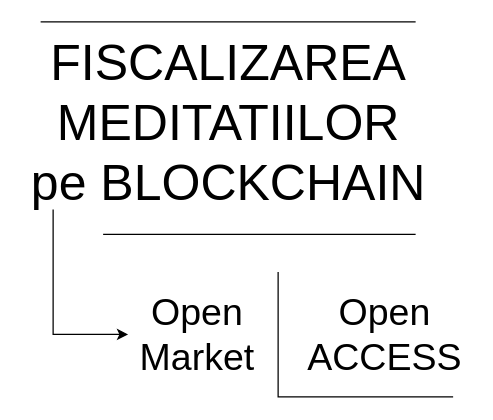
Before: 8B365B2E-88AF-4871-A21D-57AADC7A3F63_1_201_a.drawio in sheeperoni/Diagrams, a draw.io diagram. Source tidied: cells renumbered, new cells numbered last; positions are measured from the earlier drawing's top-left corner, leaving out a move shared by most shapes. Both pictures are drawn from the tidied source at 125%, with x=0, y=0 at pixel (21, 21).
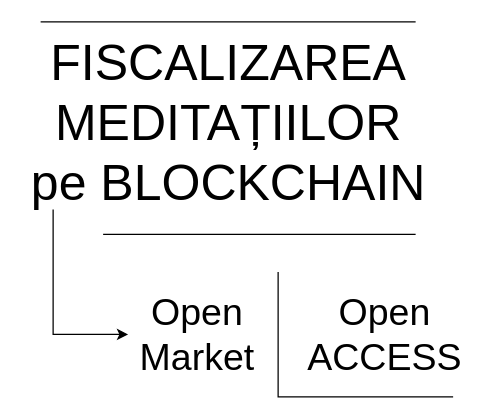
The same page after the edit.

Change to the diagram source:
```diff
@@
 <mxGraphModel>
   <root>
     <mxCell id="0" />
     <mxCell id="1" parent="0" />
-    <mxCell id="2" value="&lt;span style=&quot;font-size: 40px&quot;&gt;FISCALIZAREA&lt;br&gt;MEDITATIILOR&lt;br&gt;pe BLOCKCHAIN&lt;br&gt;&lt;/span&gt;" style="text;html=1;align=center;verticalAlign=middle;strokeColor=none;fillColor=none;" parent="1" vertex="1">
+    <mxCell id="2" value="&lt;span style=&quot;font-size: 40px&quot;&gt;FISCALIZAREA&lt;br&gt;MEDITAȚIILOR&lt;br&gt;pe BLOCKCHAIN&lt;br&gt;&lt;/span&gt;" style="text;html=1;align=center;verticalAlign=middle;strokeColor=none;fillColor=none;" parent="1" vertex="1">
       <mxGeometry y="40" width="330" height="80" as="geometry" />
     </mxCell>
     <mxCell id="3" value="Open&lt;br&gt;Market" style="text;html=1;align=center;verticalAlign=middle;points=[];strokeColor=none;fillColor=none;fontSize=30;" parent="1" vertex="1">
       <mxGeometry x="85" y="210" width="110" height="80" as="geometry" />
     </mxCell>
     <mxCell id="4" value="Open&lt;br&gt;ACCESS" style="text;html=1;align=center;verticalAlign=middle;strokeColor=none;fillColor=none;fontSize=30;" parent="1" vertex="1">
       <mxGeometry x="220" y="210" width="140" height="80" as="geometry" />
     </mxCell>
     <mxCell id="5" style="endArrow=none;html=1;rounded=0;fontSize=30;" parent="1" edge="1">
       <mxGeometry relative="1" as="geometry">
         <mxPoint x="65" y="170" as="sourcePoint" />
         <mxPoint x="315" y="170" as="targetPoint" />
       </mxGeometry>
     </mxCell>
     <mxCell id="6" style="endArrow=none;html=1;rounded=0;fontSize=30;" parent="1" edge="1">
       <mxGeometry relative="1" as="geometry">
         <mxPoint x="15" as="sourcePoint" />
         <mxPoint x="315" as="targetPoint" />
       </mxGeometry>
     </mxCell>
     <mxCell id="7" style="endArrow=none;html=1;rounded=0;fontSize=30;" parent="1" edge="1">
       <mxGeometry relative="1" as="geometry">
         <mxPoint x="345" y="300" as="sourcePoint" />
         <mxPoint x="205" y="200" as="targetPoint" />
         <Array as="points">
           <mxPoint x="205" y="300" />
         </Array>
       </mxGeometry>
     </mxCell>
     <mxCell id="8" style="endArrow=classic;html=1;rounded=0;fontSize=30;" parent="1" edge="1" target="3">
       <mxGeometry relative="1" as="geometry">
         <mxPoint x="25" y="150" as="sourcePoint" />
         <Array as="points">
           <mxPoint x="25" y="250" />
         </Array>
       </mxGeometry>
     </mxCell>
   </root>
 </mxGraphModel>
```
